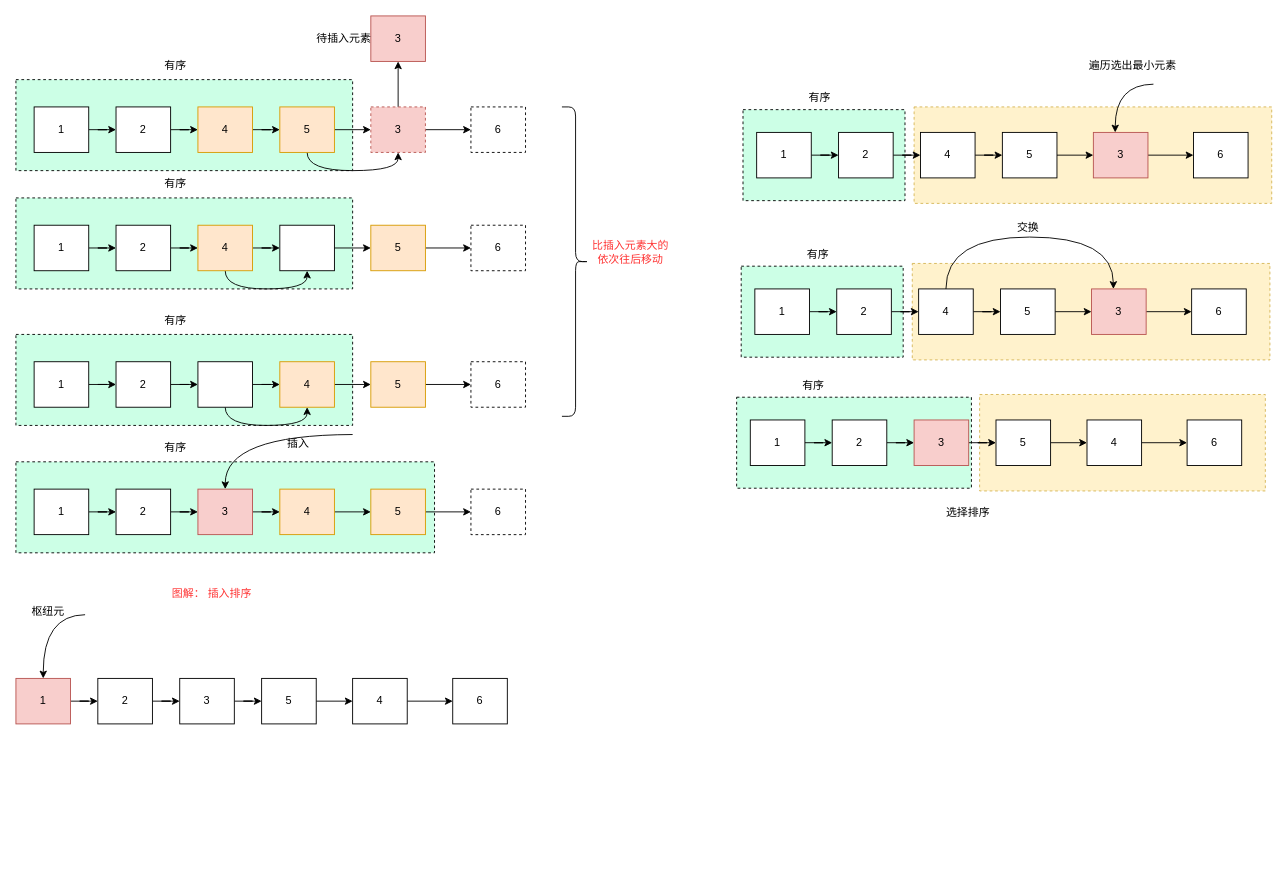
luckywind/TechWorld keeps this draw.io diagram as page "插入排序" (1 of 2) of docs/algorithm/算法.drawio. Above is the earlier version. Source tidied: cells renumbered, new cells numbered last; positions are measured from the earlier drawing's top-left corner, leaving out a move shared by most shapes. Both pictures are drawn from the tidied source at 91%, with x=0, y=0 at pixel (15, 15).
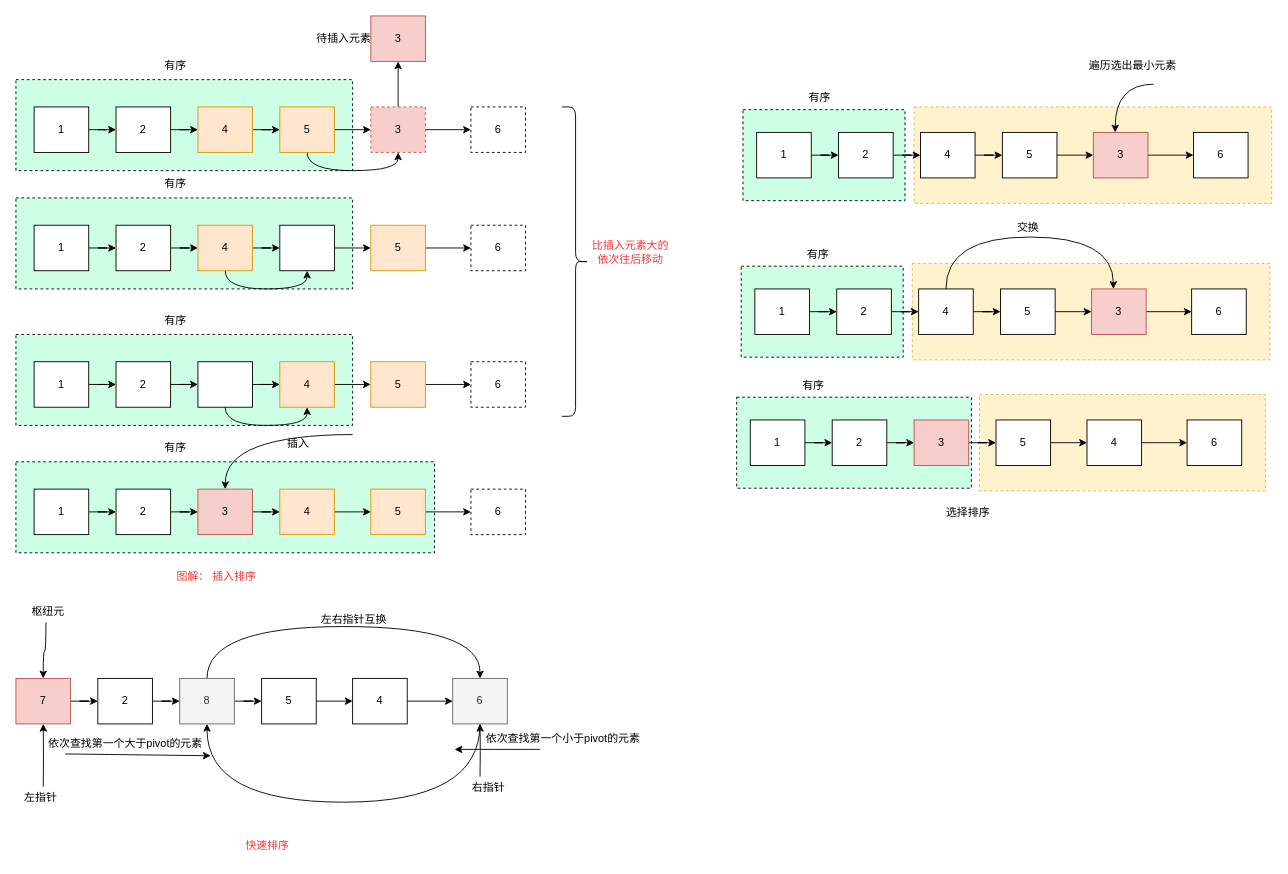
After the change.

The change refers to these unchanged cells:
```xml
<mxCell id="124" value="枢纽元" style="text;html=1;align=center;verticalAlign=middle;points=[];strokeColor=none;fillColor=none;fontColor=#000000;" parent="1" vertex="1">
  <mxGeometry x="8" y="642" width="54" height="26" as="geometry" />
</mxCell>
```

The edit, as a diff of the source:
```diff
@@
     <mxCell id="66" value="图解： 插入排序" style="text;html=1;align=center;verticalAlign=middle;strokeColor=none;fillColor=none;fontColor=#FF3333;" parent="1" vertex="1">
-      <mxGeometry x="162" y="622" width="105" height="26" as="geometry" />
+      <mxGeometry x="167" y="603" width="105" height="26" as="geometry" />
     </mxCell>
@@
-    <mxCell id="113" value="1" style="rounded=0;whiteSpace=wrap;html=1;fillColor=#f8cecc;strokeColor=#b85450;" parent="1" vertex="1">
+    <mxCell id="113" value="7" style="rounded=0;whiteSpace=wrap;html=1;fillColor=#f8cecc;strokeColor=#b85450;" parent="1" vertex="1">
       <mxGeometry y="728" width="60" height="50" as="geometry" />
     </mxCell>
@@
-    <mxCell id="115" style="edgeStyle=orthogonalEdgeStyle;curved=1;rounded=0;jettySize=auto;html=1;entryX=0.5;entryY=0;entryDx=0;entryDy=0;fontColor=#000000;" parent="1" edge="1" target="113">
-      <mxGeometry relative="1" as="geometry">
-        <mxPoint x="76" y="658" as="sourcePoint" />
-      </mxGeometry>
+    <mxCell id="115" style="edgeStyle=orthogonalEdgeStyle;curved=1;rounded=0;jettySize=auto;html=1;entryX=0.5;entryY=0;entryDx=0;entryDy=0;fontColor=#000000;exitX=0.463;exitY=0.942;exitDx=0;exitDy=0;exitPerimeter=0;" parent="1" edge="1" source="124" target="113">
+      <mxGeometry relative="1" as="geometry" />
     </mxCell>
+    <mxCell id="125" style="edgeStyle=orthogonalEdgeStyle;curved=1;rounded=0;jettySize=auto;html=1;entryX=0.5;entryY=1;entryDx=0;entryDy=0;fontColor=#000000;" parent="1" edge="1" target="113">
+      <mxGeometry relative="1" as="geometry">
+        <mxPoint x="30" y="847" as="sourcePoint" />
+      </mxGeometry>
+    </mxCell>
@@
+    <mxCell id="126" style="edgeStyle=orthogonalEdgeStyle;curved=1;rounded=0;jettySize=auto;html=1;exitX=0.5;exitY=0;exitDx=0;exitDy=0;entryX=0.5;entryY=0;entryDx=0;entryDy=0;fontColor=#000000;" parent="1" edge="1" source="118" target="123">
+      <mxGeometry relative="1" as="geometry">
+        <Array as="points">
+          <mxPoint x="210" y="671" />
+          <mxPoint x="510" y="671" />
+        </Array>
+      </mxGeometry>
+    </mxCell>
-    <mxCell id="118" value="3" style="rounded=0;whiteSpace=wrap;html=1;" parent="1" vertex="1">
+    <mxCell id="118" value="8" style="rounded=0;whiteSpace=wrap;html=1;fillColor=#f5f5f5;fontColor=#333333;strokeColor=#666666;" parent="1" vertex="1">
       <mxGeometry x="180" y="728" width="60" height="50" as="geometry" />
     </mxCell>
@@
+    <mxCell id="127" style="edgeStyle=orthogonalEdgeStyle;curved=1;rounded=0;jettySize=auto;html=1;entryX=0.5;entryY=1;entryDx=0;entryDy=0;fontColor=#000000;" parent="1" edge="1" target="123">
+      <mxGeometry relative="1" as="geometry">
+        <mxPoint x="510" y="836" as="sourcePoint" />
+      </mxGeometry>
+    </mxCell>
@@
+    <mxCell id="128" style="edgeStyle=orthogonalEdgeStyle;curved=1;rounded=0;jettySize=auto;html=1;exitX=0.5;exitY=1;exitDx=0;exitDy=0;entryX=0.5;entryY=1;entryDx=0;entryDy=0;fontColor=#000000;" parent="1" edge="1" source="123" target="118">
+      <mxGeometry relative="1" as="geometry">
+        <Array as="points">
+          <mxPoint x="510" y="864" />
+          <mxPoint x="210" y="864" />
+        </Array>
+      </mxGeometry>
+    </mxCell>
-    <mxCell id="123" value="6" style="rounded=0;whiteSpace=wrap;html=1;" parent="1" vertex="1">
+    <mxCell id="123" value="6" style="rounded=0;whiteSpace=wrap;html=1;fillColor=#f5f5f5;fontColor=#333333;strokeColor=#666666;" parent="1" vertex="1">
       <mxGeometry x="480" y="728" width="60" height="50" as="geometry" />
     </mxCell>
@@
+    <mxCell id="129" value="左指针" style="text;html=1;align=center;verticalAlign=middle;strokeColor=none;fillColor=none;fontColor=#000000;" parent="1" vertex="1">
+      <mxGeometry y="846" width="54" height="26" as="geometry" />
+    </mxCell>
+    <mxCell id="130" value="右指针" style="text;html=1;align=center;verticalAlign=middle;strokeColor=none;fillColor=none;fontColor=#000000;" parent="1" vertex="1">
+      <mxGeometry x="492" y="835" width="54" height="26" as="geometry" />
+    </mxCell>
+    <mxCell id="131" style="endArrow=classic;html=1;rounded=0;fontColor=#000000;curved=1;" parent="1" edge="1">
+      <mxGeometry relative="1" as="geometry">
+        <mxPoint x="54" y="811" as="sourcePoint" />
+        <mxPoint x="214" y="813" as="targetPoint" />
+      </mxGeometry>
+    </mxCell>
+    <mxCell id="132" value="依次查找第一个大于pivot的元素" style="text;html=1;align=center;verticalAlign=middle;strokeColor=none;fillColor=none;fontColor=#000000;" parent="1" vertex="1">
+      <mxGeometry x="26.5" y="787" width="187" height="26" as="geometry" />
+    </mxCell>
+    <mxCell id="133" style="endArrow=classic;html=1;rounded=0;fontColor=#000000;curved=1;" parent="1" edge="1">
+      <mxGeometry relative="1" as="geometry">
+        <mxPoint x="576" y="806" as="sourcePoint" />
+        <mxPoint x="482" y="806" as="targetPoint" />
+      </mxGeometry>
+    </mxCell>
+    <mxCell id="134" value="依次查找第一个小于pivot的元素" style="text;html=1;align=center;verticalAlign=middle;strokeColor=none;fillColor=none;fontColor=#000000;" parent="1" vertex="1">
+      <mxGeometry x="507" y="781" width="187" height="26" as="geometry" />
+    </mxCell>
+    <mxCell id="135" value="左右指针互换" style="text;html=1;align=center;verticalAlign=middle;strokeColor=none;fillColor=none;fontColor=#000000;" parent="1" vertex="1">
+      <mxGeometry x="326" y="651" width="90" height="26" as="geometry" />
+    </mxCell>
+    <mxCell id="136" value="&lt;font color=&quot;#ff3333&quot;&gt;快速排序&lt;/font&gt;" style="text;html=1;align=center;verticalAlign=middle;strokeColor=none;fillColor=none;fontColor=#000000;" parent="1" vertex="1">
+      <mxGeometry x="243" y="899" width="66" height="26" as="geometry" />
+    </mxCell>
```
